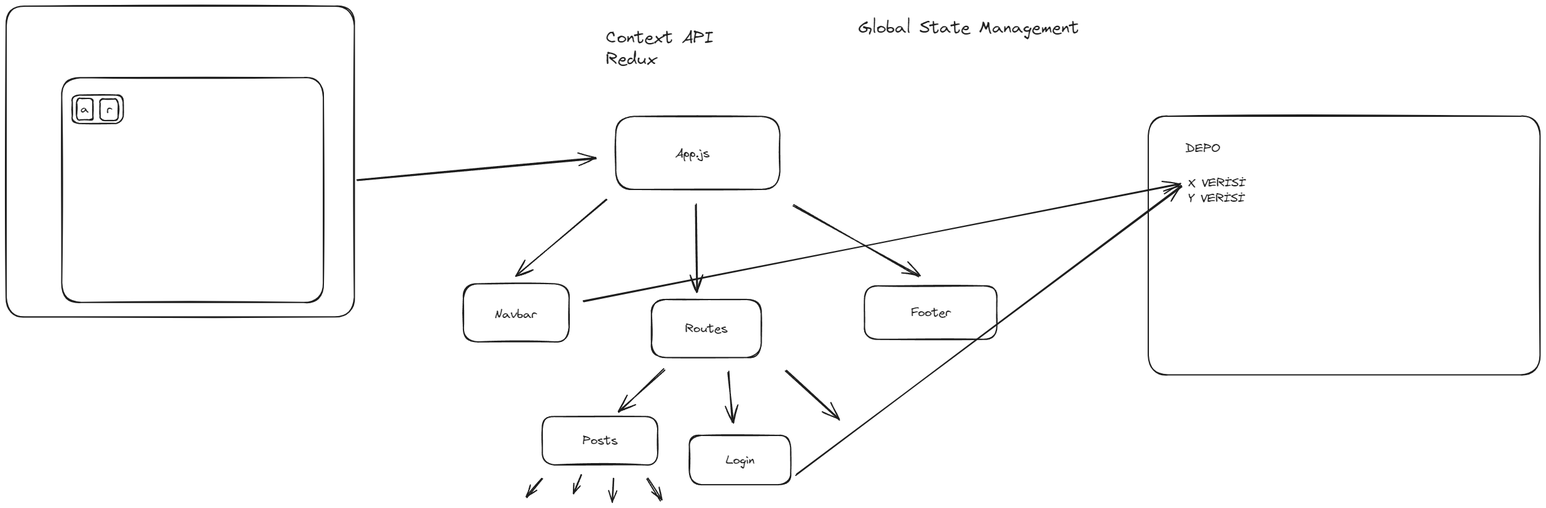
Before: demo.excalidraw.png, a diagram exported from Excalidraw (halitkalayci/tobeto-1c-starter). Source tidied: one line per element, renumbered; positions are measured from the earlier drawing's top-left corner, leaving out a move shared by most shapes.
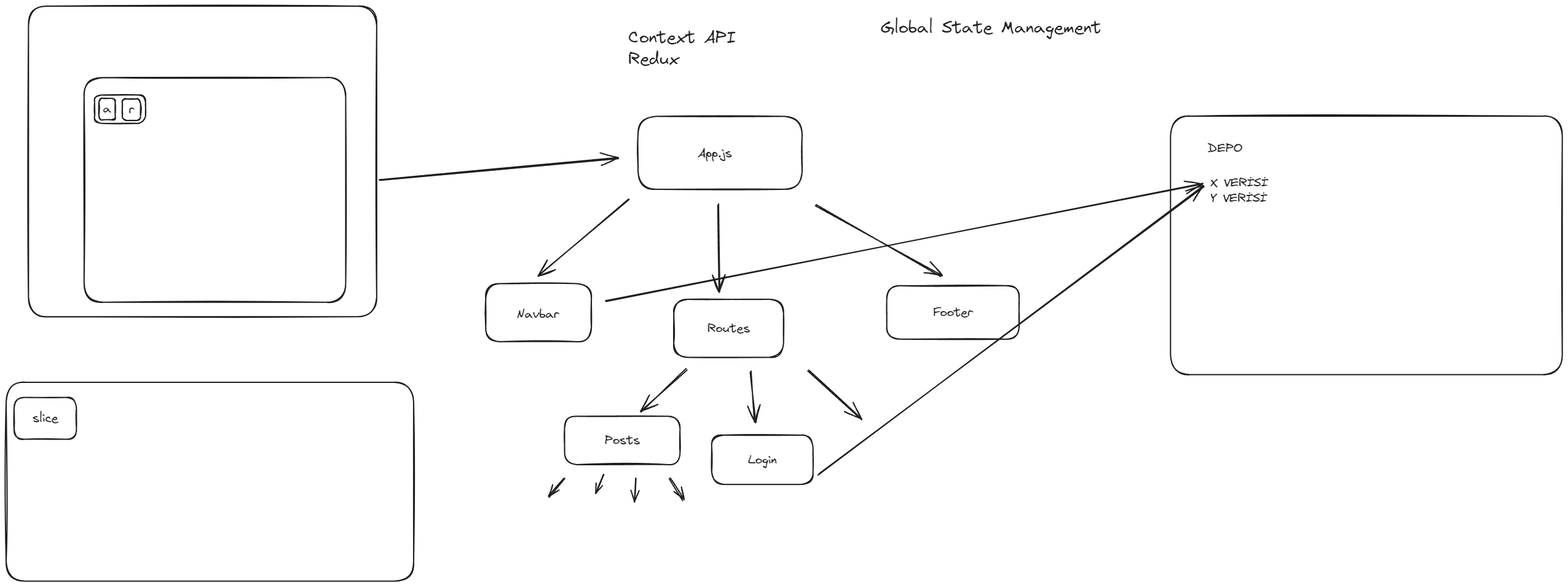
Later version of the same file.

Commit message:
cart slice

Diff of the diagram source:
```diff
@@ -35,3 +35,6 @@
 {"id": 34, "type": "rectangle", "strokeColor": "#1e1e1e", "strokeWidth": 2, "roughness": 1, "round": true, "x": 153, "y": 151, "width": 29, "height": 35}
 {"id": 35, "type": "text", "text": "r", "strokeColor": "#1e1e1e", "strokeWidth": 2, "roughness": 1, "fontSize": 20, "fontFamily": 1, "textAlign": "center", "verticalAlign": "middle", "inside": 34, "x": 163, "y": 156, "width": 9, "height": 25}
 {"id": 36, "type": "rectangle", "strokeColor": "#1e1e1e", "strokeWidth": 2, "roughness": 1, "round": true, "x": 0, "y": 0, "width": 566, "height": 505}
+{"id": 37, "type": "rectangle", "strokeColor": "#1e1e1e", "strokeWidth": 2, "roughness": 1, "round": true, "x": -36, "y": 612, "width": 663, "height": 324}
+{"id": 38, "type": "rectangle", "strokeColor": "#1e1e1e", "strokeWidth": 2, "roughness": 1, "round": true, "x": -23, "y": 637, "width": 102, "height": 68}
+{"id": 39, "type": "text", "text": "slice", "strokeColor": "#1e1e1e", "strokeWidth": 2, "roughness": 1, "fontSize": 20, "fontFamily": 1, "textAlign": "center", "verticalAlign": "middle", "inside": 38, "x": 7, "y": 658, "width": 41, "height": 25}
```
